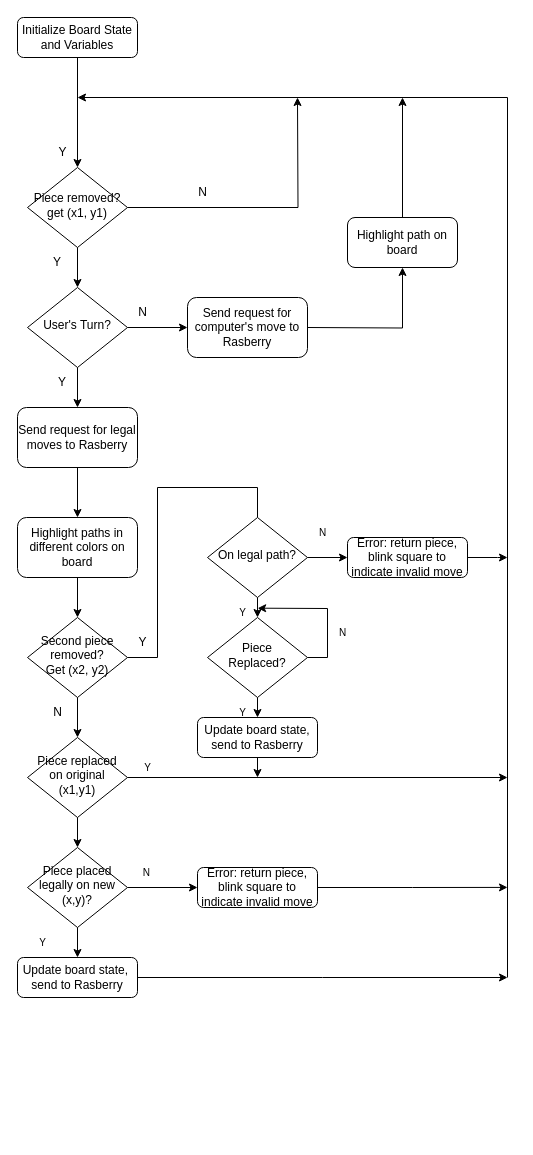
Earlier version of the draw.io diagram Diagram/mainLoop.drawio (jtsang02/leetChess). Source tidied: cells renumbered, new cells numbered last; positions are measured from the earlier drawing's top-left corner, leaving out a move shared by most shapes. Both pictures are drawn from the tidied source at 100%, with x=0, y=0 at pixel (17, 17).
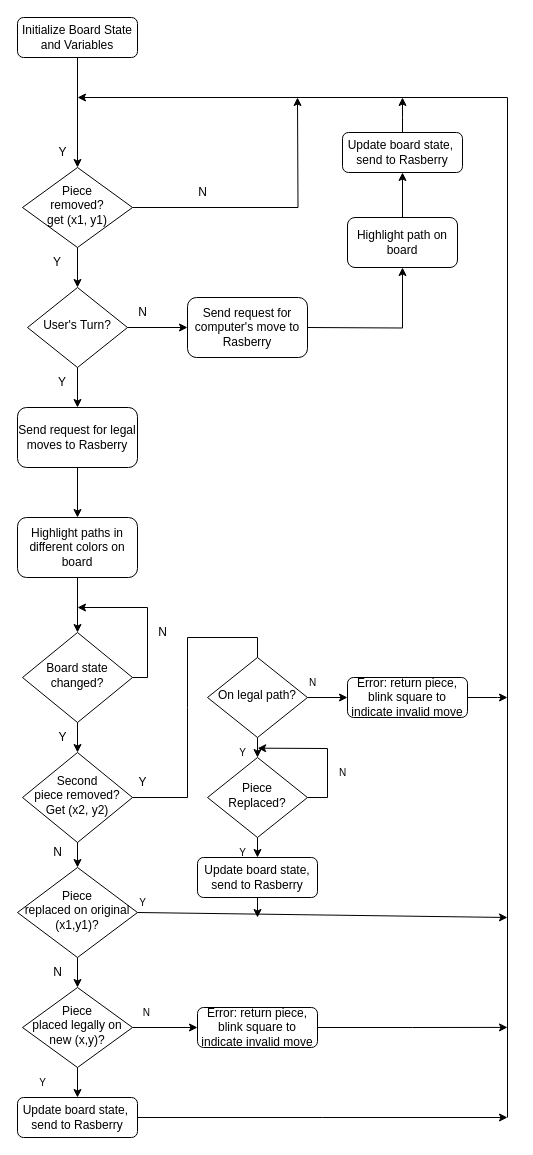
The same page after the edit.

Unchanged cells that the change refers to:
```xml
<mxCell id="17" value="Highlight paths in different colors on board" style="rounded=1;whiteSpace=wrap;html=1;" parent="1" vertex="1">
  <mxGeometry y="500" width="120" height="60" as="geometry" />
</mxCell>
<mxCell id="55" value="Highlight path on board" style="rounded=1;whiteSpace=wrap;html=1;" parent="1" vertex="1">
  <mxGeometry x="330" y="200" width="110" height="50" as="geometry" />
</mxCell>
```

Change to the diagram source:
```diff
@@
-    <mxCell id="2" value="Piece removed?&lt;br&gt;get (x1, y1)" style="rhombus;whiteSpace=wrap;html=1;shadow=0;fontFamily=Helvetica;fontSize=12;align=center;strokeWidth=1;spacing=6;spacingTop=-4;" parent="1" vertex="1">
-      <mxGeometry x="10" y="150" width="100" height="80" as="geometry" />
+    <mxCell id="2" value="Piece &lt;br&gt;removed?&lt;br&gt;get (x1, y1)" style="rhombus;whiteSpace=wrap;html=1;shadow=0;fontFamily=Helvetica;fontSize=12;align=center;strokeWidth=1;spacing=6;spacingTop=-4;" parent="1" vertex="1">
+      <mxGeometry x="5" y="150" width="110" height="80" as="geometry" />
     </mxCell>
@@
     <mxCell id="6" style="endArrow=classic;html=1;rounded=0;" parent="1" edge="1">
       <mxGeometry relative="1" as="geometry">
-        <mxPoint x="490" y="960" as="sourcePoint" />
+        <mxPoint x="490" y="1100" as="sourcePoint" />
         <mxPoint x="60" y="80" as="targetPoint" />
         <Array as="points">
           <mxPoint x="490" y="80" />
         </Array>
       </mxGeometry>
     </mxCell>
@@
-    <mxCell id="19" value="Second piece removed? &lt;br&gt;Get (x2, y2)" style="rhombus;whiteSpace=wrap;html=1;shadow=0;fontFamily=Helvetica;fontSize=12;align=center;strokeWidth=1;spacing=6;spacingTop=-4;" parent="1" vertex="1">
-      <mxGeometry x="10" y="600" width="100" height="80" as="geometry" />
+    <mxCell id="19" value="Second &lt;br&gt;piece removed? &lt;br&gt;Get (x2, y2)" style="rhombus;whiteSpace=wrap;html=1;shadow=0;fontFamily=Helvetica;fontSize=12;align=center;strokeWidth=1;spacing=6;spacingTop=-4;" parent="1" vertex="1">
+      <mxGeometry x="5" y="735" width="110" height="90" as="geometry" />
     </mxCell>
-    <mxCell id="20" style="endArrow=classic;html=1;rounded=0;exitX=0.5;exitY=1;exitDx=0;exitDy=0;entryX=0.5;entryY=0;entryDx=0;entryDy=0;" parent="1" edge="1" source="17" target="19">
+    <mxCell id="20" style="endArrow=classic;html=1;rounded=0;exitX=0.5;exitY=1;exitDx=0;exitDy=0;entryX=0.5;entryY=0;entryDx=0;entryDy=0;" parent="1" edge="1" source="17" target="57">
       <mxGeometry relative="1" as="geometry" />
     </mxCell>
     <mxCell id="21" style="endArrow=classic;html=1;rounded=0;exitX=0.5;exitY=1;exitDx=0;exitDy=0;" parent="1" edge="1" source="19">
       <mxGeometry relative="1" as="geometry">
-        <mxPoint x="60" y="720" as="targetPoint" />
+        <mxPoint x="60" y="850" as="targetPoint" />
       </mxGeometry>
     </mxCell>
     <mxCell id="22" value="On legal path?" style="rhombus;whiteSpace=wrap;html=1;shadow=0;fontFamily=Helvetica;fontSize=12;align=center;strokeWidth=1;spacing=6;spacingTop=-4;" parent="1" vertex="1">
-      <mxGeometry x="190" y="500" width="100" height="80" as="geometry" />
+      <mxGeometry x="190" y="640" width="100" height="80" as="geometry" />
     </mxCell>
     <mxCell id="23" style="endArrow=none;html=1;rounded=0;exitX=1;exitY=0.5;exitDx=0;exitDy=0;entryX=0.5;entryY=0;entryDx=0;entryDy=0;" parent="1" edge="1" source="19" target="22">
       <mxGeometry relative="1" as="geometry">
         <Array as="points">
-          <mxPoint x="140" y="640" />
-          <mxPoint x="140" y="470" />
-          <mxPoint x="240" y="470" />
+          <mxPoint x="170" y="780" />
+          <mxPoint x="170" y="690" />
+          <mxPoint x="170" y="620" />
+          <mxPoint x="240" y="620" />
         </Array>
       </mxGeometry>
     </mxCell>
-    <mxCell id="24" value="Piece replaced on original (x1,y1)" style="rhombus;whiteSpace=wrap;html=1;shadow=0;fontFamily=Helvetica;fontSize=12;align=center;strokeWidth=1;spacing=6;spacingTop=-4;" parent="1" vertex="1">
-      <mxGeometry x="10" y="720" width="100" height="80" as="geometry" />
+    <mxCell id="24" value="Piece &lt;br&gt;replaced on original (x1,y1)?" style="rhombus;whiteSpace=wrap;html=1;shadow=0;fontFamily=Helvetica;fontSize=12;align=center;strokeWidth=1;spacing=6;spacingTop=-4;" parent="1" vertex="1">
+      <mxGeometry y="850" width="120" height="90" as="geometry" />
     </mxCell>
     <mxCell id="25" value="Y" style="text;html=1;align=center;verticalAlign=middle;strokeColor=none;fillColor=none;" parent="1" vertex="1">
-      <mxGeometry x="110" y="610" width="30" height="30" as="geometry" />
+      <mxGeometry x="110" y="750" width="30" height="30" as="geometry" />
     </mxCell>
     <mxCell id="26" value="N" style="text;html=1;align=center;verticalAlign=middle;strokeColor=none;fillColor=none;" parent="1" vertex="1">
-      <mxGeometry x="25" y="680" width="30" height="30" as="geometry" />
+      <mxGeometry x="25" y="820" width="30" height="30" as="geometry" />
     </mxCell>
@@
     <mxCell id="29" value="N" style="text;html=1;align=center;verticalAlign=middle;strokeColor=none;fillColor=none;fontSize=10;" parent="1" vertex="1">
-      <mxGeometry x="290" y="500" width="30" height="30" as="geometry" />
+      <mxGeometry x="280" y="650" width="30" height="30" as="geometry" />
     </mxCell>
     <mxCell id="30" style="edgeStyle=orthogonalEdgeStyle;rounded=0;jettySize=auto;html=1;exitX=1;exitY=0.5;exitDx=0;exitDy=0;fontSize=10;" parent="1" edge="1" source="31">
       <mxGeometry relative="1" as="geometry">
-        <mxPoint x="490" y="540" as="targetPoint" />
+        <mxPoint x="490" y="680" as="targetPoint" />
         <Array as="points">
-          <mxPoint x="480" y="540" />
-          <mxPoint x="480" y="540" />
+          <mxPoint x="480" y="680" />
+          <mxPoint x="480" y="680" />
         </Array>
       </mxGeometry>
     </mxCell>
     <mxCell id="31" value="Error: return piece,&lt;br&gt;blink square to indicate invalid move" style="rounded=1;whiteSpace=wrap;html=1;fontSize=12;glass=0;strokeWidth=1;shadow=0;" parent="1" vertex="1">
-      <mxGeometry x="330" y="520" width="120" height="40" as="geometry" />
+      <mxGeometry x="330" y="660" width="120" height="40" as="geometry" />
     </mxCell>
     <mxCell id="32" value="Piece Replaced?" style="rhombus;whiteSpace=wrap;html=1;shadow=0;fontFamily=Helvetica;fontSize=12;align=center;strokeWidth=1;spacing=6;spacingTop=-4;" parent="1" vertex="1">
-      <mxGeometry x="190" y="600" width="100" height="80" as="geometry" />
+      <mxGeometry x="190" y="740" width="100" height="80" as="geometry" />
     </mxCell>
     <mxCell id="33" style="endArrow=classic;html=1;rounded=0;fontSize=10;exitX=0.5;exitY=1;exitDx=0;exitDy=0;" parent="1" edge="1" source="22">
       <mxGeometry relative="1" as="geometry">
-        <mxPoint x="240" y="600" as="targetPoint" />
+        <mxPoint x="240" y="740" as="targetPoint" />
       </mxGeometry>
     </mxCell>
     <mxCell id="34" value="Y" style="text;html=1;align=center;verticalAlign=middle;points=[];strokeColor=none;fillColor=none;fontSize=10;" parent="1" vertex="1">
-      <mxGeometry x="210" y="580" width="30" height="30" as="geometry" />
+      <mxGeometry x="210" y="720" width="30" height="30" as="geometry" />
     </mxCell>
     <mxCell id="35" style="edgeStyle=orthogonalEdgeStyle;rounded=0;jettySize=auto;html=1;fontSize=10;" parent="1" edge="1" source="36">
       <mxGeometry relative="1" as="geometry">
-        <mxPoint x="240" y="760" as="targetPoint" />
+        <mxPoint x="240" y="900" as="targetPoint" />
       </mxGeometry>
     </mxCell>
     <mxCell id="36" value="Update board state,&lt;br&gt;send to Rasberry" style="rounded=1;whiteSpace=wrap;html=1;fontSize=12;glass=0;strokeWidth=1;shadow=0;" parent="1" vertex="1">
-      <mxGeometry x="180" y="700" width="120" height="40" as="geometry" />
+      <mxGeometry x="180" y="840" width="120" height="40" as="geometry" />
     </mxCell>
     <mxCell id="37" style="endArrow=classic;html=1;rounded=0;fontSize=10;exitX=0.5;exitY=1;exitDx=0;exitDy=0;" parent="1" edge="1" source="32">
       <mxGeometry relative="1" as="geometry">
-        <mxPoint x="240" y="700" as="targetPoint" />
+        <mxPoint x="240" y="840" as="targetPoint" />
       </mxGeometry>
     </mxCell>
     <mxCell id="38" value="Y" style="text;html=1;align=center;verticalAlign=middle;strokeColor=none;fillColor=none;fontSize=10;" parent="1" vertex="1">
-      <mxGeometry x="210" y="680" width="30" height="30" as="geometry" />
+      <mxGeometry x="210" y="820" width="30" height="30" as="geometry" />
     </mxCell>
     <mxCell id="39" style="endArrow=classic;html=1;rounded=0;fontSize=10;exitX=1;exitY=0.5;exitDx=0;exitDy=0;" parent="1" edge="1" source="24">
       <mxGeometry relative="1" as="geometry">
-        <mxPoint x="490" y="760" as="targetPoint" />
+        <mxPoint x="490" y="900" as="targetPoint" />
       </mxGeometry>
     </mxCell>
     <mxCell id="40" style="endArrow=classic;html=1;rounded=0;fontSize=10;entryX=1.006;entryY=0.356;entryDx=0;entryDy=0;entryPerimeter=0;exitX=1;exitY=0.5;exitDx=0;exitDy=0;" parent="1" edge="1" source="32" target="34">
       <mxGeometry relative="1" as="geometry">
         <Array as="points">
-          <mxPoint x="310" y="640" />
-          <mxPoint x="310" y="591" />
+          <mxPoint x="310" y="780" />
+          <mxPoint x="310" y="731" />
         </Array>
       </mxGeometry>
     </mxCell>
     <mxCell id="41" value="N" style="text;html=1;align=center;verticalAlign=middle;strokeColor=none;fillColor=none;fontSize=10;" parent="1" vertex="1">
-      <mxGeometry x="310" y="600" width="30" height="30" as="geometry" />
+      <mxGeometry x="310" y="740" width="30" height="30" as="geometry" />
     </mxCell>
@@
-    <mxCell id="43" value="Piece placed legally on new (x,y)?" style="rhombus;whiteSpace=wrap;html=1;shadow=0;fontFamily=Helvetica;fontSize=12;align=center;strokeWidth=1;spacing=6;spacingTop=-4;" parent="1" vertex="1">
-      <mxGeometry x="10" y="830" width="100" height="80" as="geometry" />
+    <mxCell id="43" value="Piece &lt;br&gt;placed legally on new (x,y)?" style="rhombus;whiteSpace=wrap;html=1;shadow=0;fontFamily=Helvetica;fontSize=12;align=center;strokeWidth=1;spacing=6;spacingTop=-4;" parent="1" vertex="1">
+      <mxGeometry x="5" y="970" width="110" height="80" as="geometry" />
     </mxCell>
-    <mxCell id="44" style="endArrow=classic;html=1;rounded=0;fontSize=10;exitX=0.5;exitY=1;exitDx=0;exitDy=0;" parent="1" edge="1" source="24" target="43">
-      <mxGeometry relative="1" as="geometry" />
+    <mxCell id="44" style="endArrow=classic;html=1;rounded=0;fontSize=10;" parent="1" edge="1" target="43">
+      <mxGeometry relative="1" as="geometry">
+        <mxPoint x="60" y="940" as="sourcePoint" />
+      </mxGeometry>
     </mxCell>
     <mxCell id="45" style="edgeStyle=orthogonalEdgeStyle;rounded=0;jettySize=auto;html=1;exitX=1;exitY=0.5;exitDx=0;exitDy=0;fontSize=10;" parent="1" edge="1" source="46">
       <mxGeometry relative="1" as="geometry">
-        <mxPoint x="490" y="869.9" as="targetPoint" />
+        <mxPoint x="490" y="1009.9" as="targetPoint" />
       </mxGeometry>
     </mxCell>
     <mxCell id="46" value="Error: return piece,&lt;br&gt;blink square to indicate invalid move" style="rounded=1;whiteSpace=wrap;html=1;fontSize=12;glass=0;strokeWidth=1;shadow=0;" parent="1" vertex="1">
-      <mxGeometry x="180" y="850" width="120" height="40" as="geometry" />
+      <mxGeometry x="180" y="990" width="120" height="40" as="geometry" />
     </mxCell>
     <mxCell id="47" style="endArrow=classic;html=1;rounded=0;fontSize=10;exitX=0.5;exitY=1;exitDx=0;exitDy=0;" parent="1" edge="1" source="43">
       <mxGeometry relative="1" as="geometry">
-        <mxPoint x="60" y="940" as="targetPoint" />
+        <mxPoint x="60" y="1080" as="targetPoint" />
       </mxGeometry>
     </mxCell>
     <mxCell id="48" style="edgeStyle=orthogonalEdgeStyle;rounded=0;jettySize=auto;html=1;exitX=1;exitY=0.5;exitDx=0;exitDy=0;fontSize=10;" parent="1" edge="1" source="49">
       <mxGeometry relative="1" as="geometry">
-        <mxPoint x="490" y="960" as="targetPoint" />
+        <mxPoint x="490" y="1100" as="targetPoint" />
       </mxGeometry>
     </mxCell>
     <mxCell id="49" value="Update board state,&amp;nbsp;&lt;br&gt;send to Rasberry" style="rounded=1;whiteSpace=wrap;html=1;fontSize=12;glass=0;strokeWidth=1;shadow=0;" parent="1" vertex="1">
-      <mxGeometry y="940" width="120" height="40" as="geometry" />
+      <mxGeometry y="1080" width="120" height="40" as="geometry" />
     </mxCell>
     <mxCell id="50" value="Y" style="text;html=1;align=center;verticalAlign=middle;strokeColor=none;fillColor=none;fontSize=10;" parent="1" vertex="1">
-      <mxGeometry x="10" y="910" width="30" height="30" as="geometry" />
+      <mxGeometry x="10" y="1050" width="30" height="30" as="geometry" />
     </mxCell>
     <mxCell id="51" value="Y" style="text;html=1;align=center;verticalAlign=middle;strokeColor=none;fillColor=none;fontSize=10;" parent="1" vertex="1">
-      <mxGeometry x="115" y="735" width="30" height="30" as="geometry" />
+      <mxGeometry x="110" y="870" width="30" height="30" as="geometry" />
     </mxCell>
     <mxCell id="52" value="N" style="text;html=1;align=center;verticalAlign=middle;strokeColor=none;fillColor=none;fontSize=10;rotation=-180;" parent="1" vertex="1">
-      <mxGeometry x="115" y="840" width="30" height="30" as="geometry" />
+      <mxGeometry x="115" y="980" width="30" height="30" as="geometry" />
     </mxCell>
@@
-    <mxCell id="54" style="edgeStyle=none;html=1;exitX=0.5;exitY=0;exitDx=0;exitDy=0;" parent="1" edge="1" source="55">
-      <mxGeometry relative="1" as="geometry">
-        <mxPoint x="385" y="80" as="targetPoint" />
-      </mxGeometry>
+    <mxCell id="54" style="edgeStyle=none;html=1;exitX=0.5;exitY=0;exitDx=0;exitDy=0;entryX=0.5;entryY=1;entryDx=0;entryDy=0;" parent="1" edge="1" source="55" target="61">
+      <mxGeometry relative="1" as="geometry" />
     </mxCell>
@@
+    <mxCell id="56" style="edgeStyle=none;html=1;exitX=0.5;exitY=1;exitDx=0;exitDy=0;entryX=0.5;entryY=0;entryDx=0;entryDy=0;" parent="1" edge="1" source="57" target="19">
+      <mxGeometry relative="1" as="geometry" />
+    </mxCell>
+    <mxCell id="57" value="Board state&lt;br&gt;changed?" style="rhombus;whiteSpace=wrap;html=1;shadow=0;fontFamily=Helvetica;fontSize=12;align=center;strokeWidth=1;spacing=6;spacingTop=-4;" parent="1" vertex="1">
+      <mxGeometry x="5" y="615" width="110" height="90" as="geometry" />
+    </mxCell>
+    <mxCell id="58" value="Y" style="text;html=1;align=center;verticalAlign=middle;strokeColor=none;fillColor=none;" parent="1" vertex="1">
+      <mxGeometry x="30" y="705" width="30" height="30" as="geometry" />
+    </mxCell>
+    <mxCell id="59" style="endArrow=classic;html=1;rounded=0;fontSize=10;exitX=1;exitY=0.5;exitDx=0;exitDy=0;" parent="1" edge="1" source="57">
+      <mxGeometry relative="1" as="geometry">
+        <mxPoint x="60" y="590" as="targetPoint" />
+        <Array as="points">
+          <mxPoint x="130" y="660" />
+          <mxPoint x="130" y="590" />
+        </Array>
+      </mxGeometry>
+    </mxCell>
+    <mxCell id="60" value="N" style="text;html=1;align=center;verticalAlign=middle;strokeColor=none;fillColor=none;" parent="1" vertex="1">
+      <mxGeometry x="130" y="600" width="30" height="30" as="geometry" />
+    </mxCell>
+    <mxCell id="61" value="Update board state,&amp;nbsp;&lt;br&gt;send to Rasberry" style="rounded=1;whiteSpace=wrap;html=1;fontSize=12;glass=0;strokeWidth=1;shadow=0;" parent="1" vertex="1">
+      <mxGeometry x="325" y="115" width="120" height="40" as="geometry" />
+    </mxCell>
+    <mxCell id="62" style="endArrow=classic;html=1;rounded=0;exitX=0.5;exitY=0;exitDx=0;exitDy=0;" parent="1" edge="1" source="61">
+      <mxGeometry relative="1" as="geometry">
+        <mxPoint x="385" y="80" as="targetPoint" />
+        <Array as="points">
+          <mxPoint x="385" y="100" />
+        </Array>
+      </mxGeometry>
+    </mxCell>
+    <mxCell id="63" value="N" style="text;html=1;align=center;verticalAlign=middle;strokeColor=none;fillColor=none;" parent="1" vertex="1">
+      <mxGeometry x="25" y="940" width="30" height="30" as="geometry" />
+    </mxCell>
```
